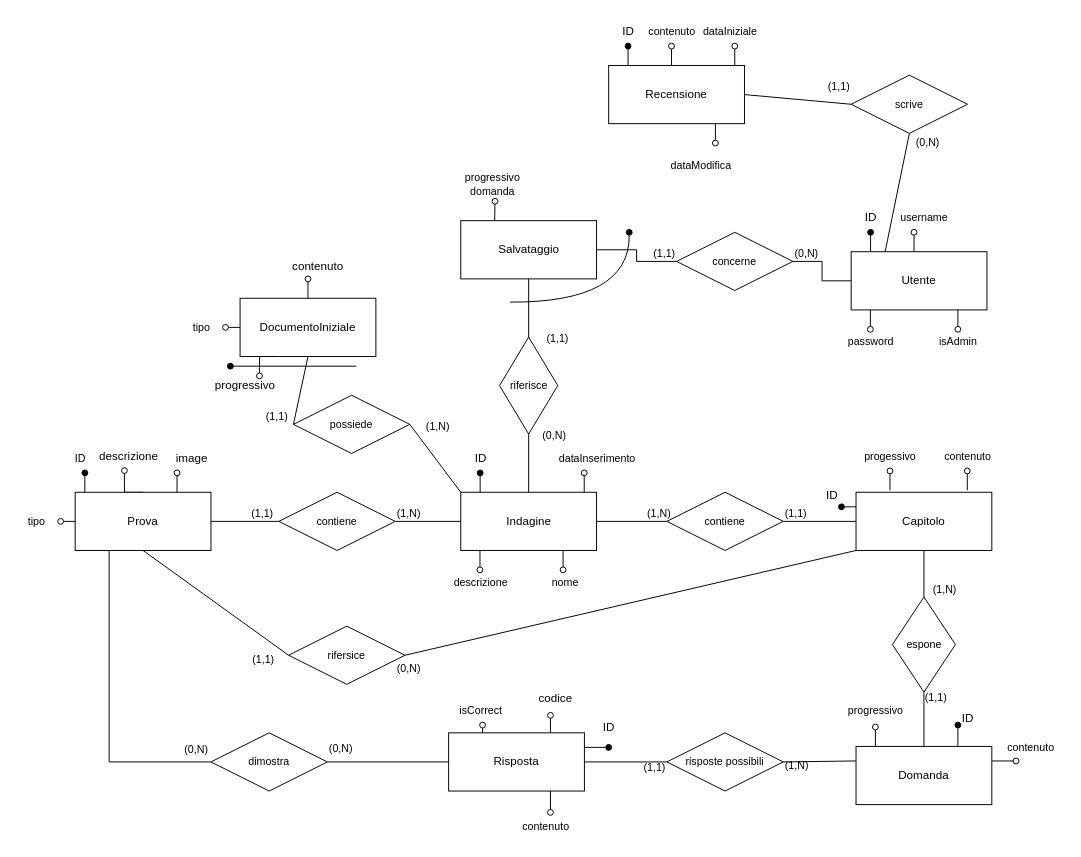
Earlier version of the draw.io diagram database/TecWeb.drawio (samuele-visentin/unipd-TecWeb). Source tidied: cells renumbered, new cells numbered last; positions are measured from the earlier drawing's top-left corner, leaving out a move shared by most shapes. Both pictures are drawn from the tidied source at 97%, with x=0, y=0 at pixel (16, 16).
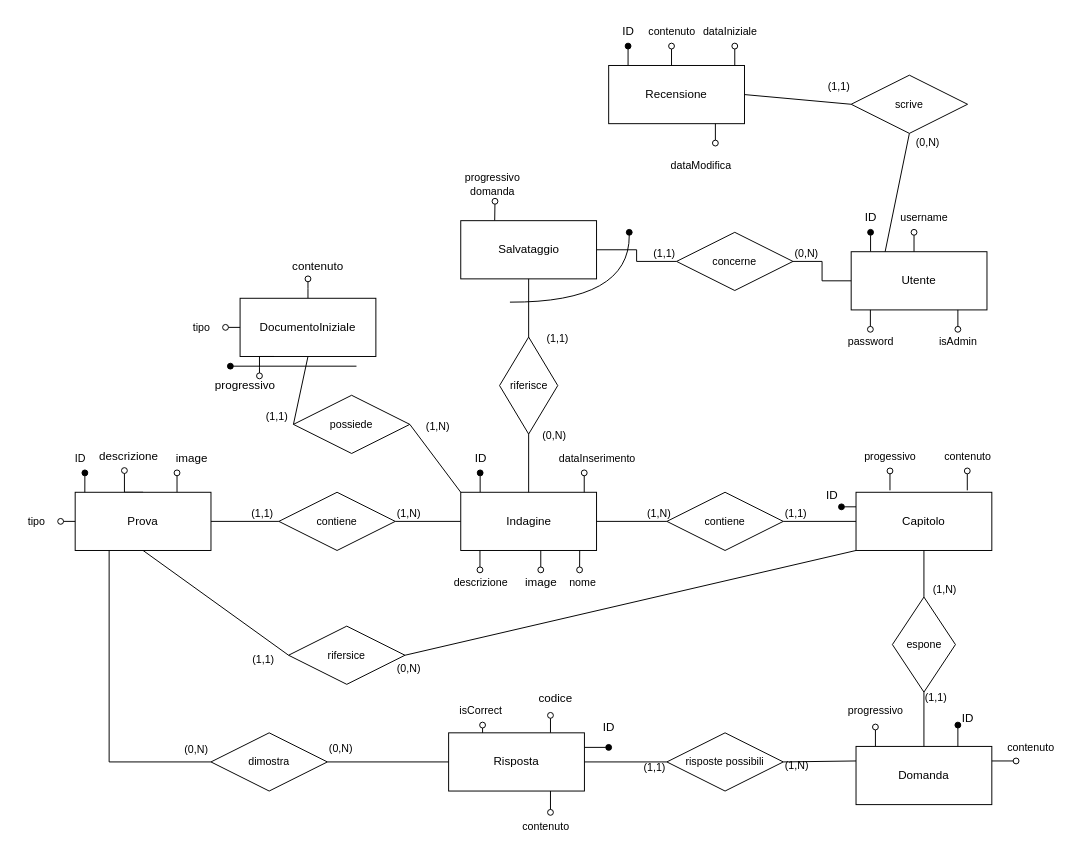
The same page after the edit.

Unchanged cells that the change refers to:
```xml
<mxCell id="12" value="Indagine" style="whiteSpace=wrap;html=1;align=center;" parent="1" vertex="1">
  <mxGeometry x="457.5" y="490" width="140" height="60" as="geometry" />
</mxCell>
```

What changed in the source:
```diff
@@
+    <mxCell id="126" style="edgeStyle=orthogonalEdgeStyle;rounded=0;jettySize=auto;html=1;exitX=0.5;exitY=1;exitDx=0;exitDy=0;endArrow=oval;endFill=0;" parent="1" edge="1" source="12">
+      <mxGeometry relative="1" as="geometry">
+        <mxPoint x="540" y="570" as="targetPoint" />
+      </mxGeometry>
+    </mxCell>
@@
-    <mxCell id="14" style="rounded=0;orthogonalLoop=1;jettySize=auto;html=1;endArrow=oval;endFill=0;" parent="1" edge="1">
+    <mxCell id="14" style="rounded=0;jettySize=auto;html=1;endArrow=oval;endFill=0;exitX=0.876;exitY=0.997;exitDx=0;exitDy=0;exitPerimeter=0;" parent="1" edge="1" source="12">
       <mxGeometry relative="1" as="geometry">
-        <mxPoint x="563" y="550" as="sourcePoint" />
-        <mxPoint x="563" y="570" as="targetPoint" />
+        <mxPoint x="580" y="570" as="targetPoint" />
       </mxGeometry>
     </mxCell>
     <mxCell id="15" value="nome" style="text;html=1;align=center;verticalAlign=middle;strokeColor=none;fillColor=none;fontSize=11;fontFamily=Helvetica;fontColor=default;" parent="1" vertex="1">
-      <mxGeometry x="540" y="568" width="50" height="30" as="geometry" />
+      <mxGeometry x="557.5" y="568" width="50" height="30" as="geometry" />
     </mxCell>
@@
+    <mxCell id="127" value="image" style="text;html=1;align=center;verticalAlign=middle;strokeColor=none;fillColor=none;" parent="1" vertex="1">
+      <mxGeometry x="510" y="568" width="60" height="30" as="geometry" />
+    </mxCell>
```
